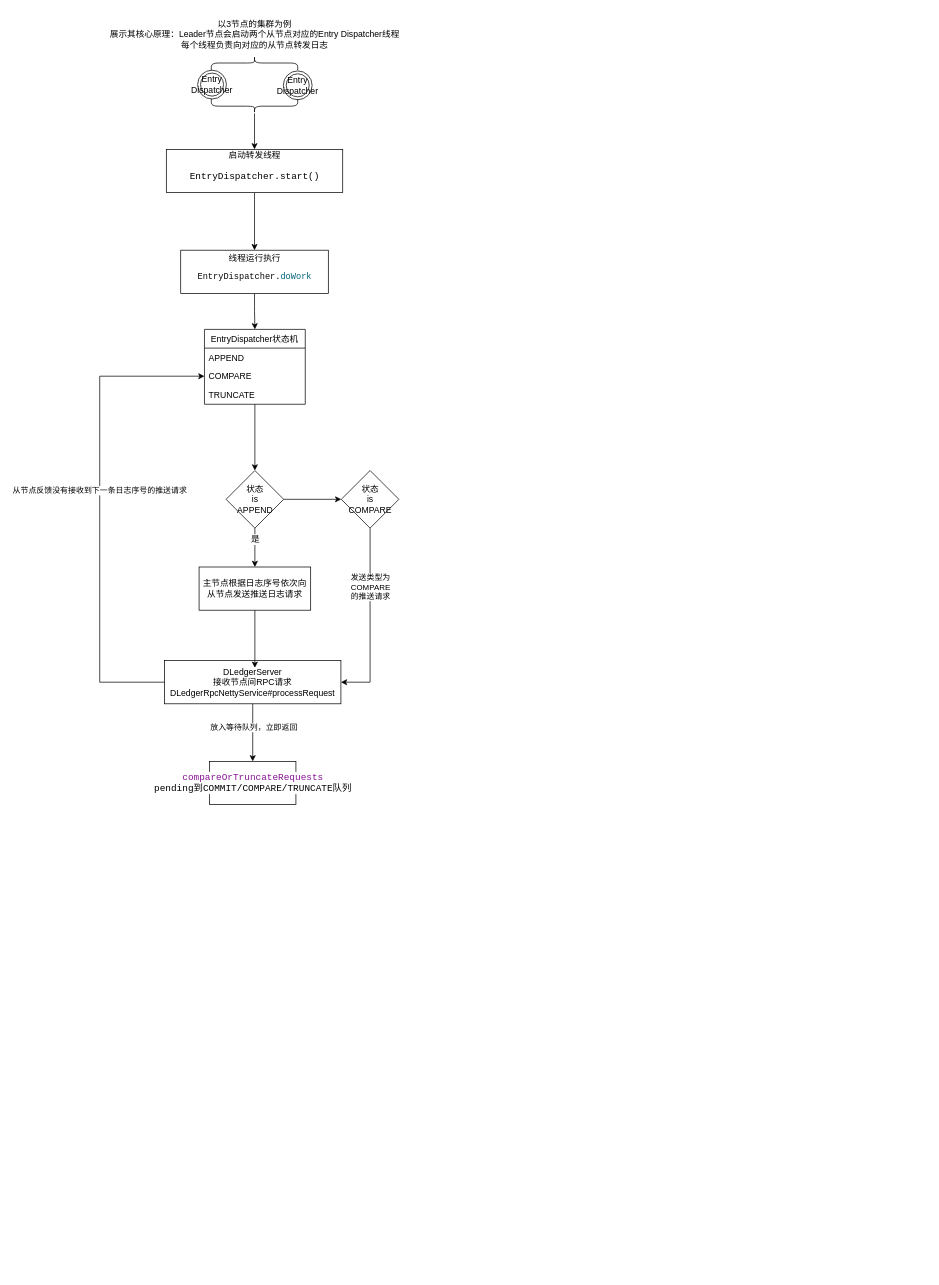
Earlier version of the draw.io diagram RocketMQ/DLedger Follower COPY Data Flow.drawio (JanWarlen/ChartsCenter). Source tidied: cells renumbered, new cells numbered last; positions are measured from the earlier drawing's top-left corner, leaving out a move shared by most shapes. Both pictures are drawn from the tidied source at 72%, with x=0, y=0 at pixel (99, 12).
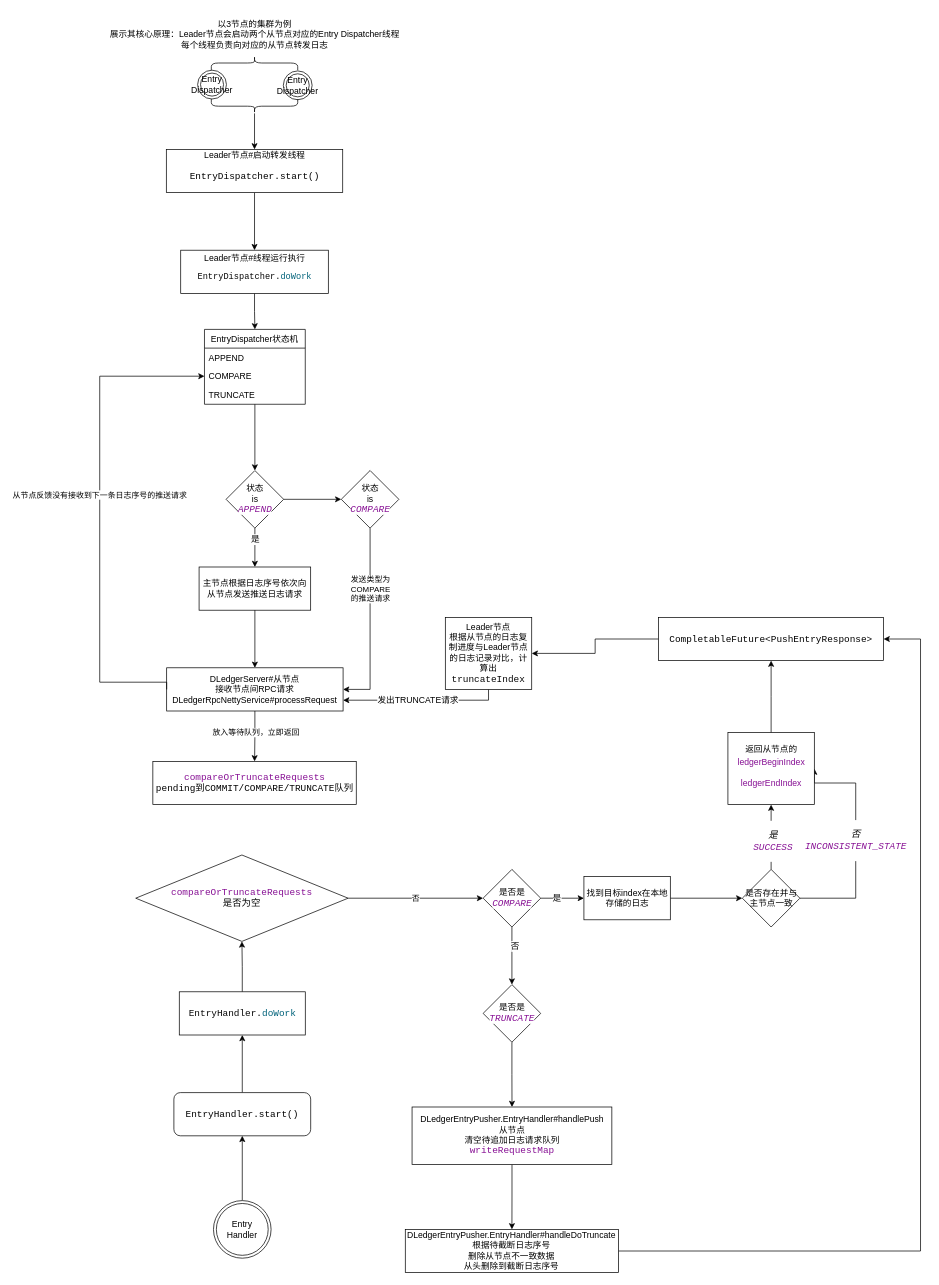
Above is the later version.

Change to the diagram source:
```diff
@@
-    <mxCell id="9" value="启动转发线程&lt;br&gt;&lt;pre style=&quot;background-color: rgb(255, 255, 255); color: rgb(8, 8, 8); font-family: &amp;quot;JetBrains Mono&amp;quot;, monospace; font-size: 9.8pt;&quot;&gt;&lt;span style=&quot;color: rgb(0, 0, 0);&quot;&gt;EntryDispatcher.start()&lt;/span&gt;&lt;/pre&gt;" style="rounded=0;whiteSpace=wrap;html=1;" parent="1" vertex="1">
+    <mxCell id="9" value="Leader节点#启动转发线程&lt;br&gt;&lt;pre style=&quot;background-color: rgb(255, 255, 255); color: rgb(8, 8, 8); font-family: &amp;quot;JetBrains Mono&amp;quot;, monospace; font-size: 9.8pt;&quot;&gt;&lt;span style=&quot;color: rgb(0, 0, 0);&quot;&gt;EntryDispatcher.start()&lt;/span&gt;&lt;/pre&gt;" style="rounded=0;whiteSpace=wrap;html=1;" parent="1" vertex="1">
       <mxGeometry x="92.5" y="190" width="245" height="60" as="geometry" />
     </mxCell>
@@
-    <mxCell id="11" value="线程运行执行&lt;br&gt;&lt;pre style=&quot;background-color: rgb(255, 255, 255); color: rgb(8, 8, 8); font-family: &amp;quot;JetBrains Mono&amp;quot;, monospace;&quot;&gt;EntryDispatcher.&lt;span style=&quot;color: rgb(0, 98, 122);&quot;&gt;doWork&lt;/span&gt;&lt;/pre&gt;" style="whiteSpace=wrap;html=1;rounded=0;" parent="1" vertex="1">
+    <mxCell id="11" value="Leader节点#线程运行执行&lt;br&gt;&lt;pre style=&quot;background-color: rgb(255, 255, 255); color: rgb(8, 8, 8); font-family: &amp;quot;JetBrains Mono&amp;quot;, monospace;&quot;&gt;EntryDispatcher.&lt;span style=&quot;color: rgb(0, 98, 122);&quot;&gt;doWork&lt;/span&gt;&lt;/pre&gt;" style="whiteSpace=wrap;html=1;rounded=0;" parent="1" vertex="1">
       <mxGeometry x="112.5" y="330" width="205" height="60" as="geometry" />
     </mxCell>
@@
-    <mxCell id="20" value="状态&lt;br&gt;is&lt;br&gt;APPEND" style="rhombus;whiteSpace=wrap;html=1;fillColor=none;fontStyle=0;startSize=26;" parent="1" vertex="1">
+    <mxCell id="20" value="状态&lt;br&gt;is&lt;br&gt;&lt;span style=&quot;color: rgb(135, 16, 148); font-style: italic; background-color: rgb(255, 255, 255); font-family: &amp;quot;JetBrains Mono&amp;quot;, monospace; font-size: 9.8pt;&quot;&gt;APPEND&lt;/span&gt;" style="rhombus;whiteSpace=wrap;html=1;fillColor=none;fontStyle=0;startSize=26;" parent="1" vertex="1">
       <mxGeometry x="175.5" y="636" width="80" height="80" as="geometry" />
     </mxCell>
@@
-    <mxCell id="27" value="DLedgerServer&lt;br&gt;接收节点间RPC请求&lt;br&gt;DLedgerRpcNettyService#processRequest" style="whiteSpace=wrap;html=1;fillColor=none;fontStyle=0;startSize=26;" parent="1" vertex="1">
-      <mxGeometry x="90" y="900" width="245" height="60" as="geometry" />
+    <mxCell id="27" value="DLedgerServer#从节点&lt;br&gt;接收节点间RPC请求&lt;br&gt;DLedgerRpcNettyService#processRequest" style="whiteSpace=wrap;html=1;fillColor=none;fontStyle=0;startSize=26;" parent="1" vertex="1">
+      <mxGeometry x="93" y="910" width="245" height="60" as="geometry" />
     </mxCell>
@@
-    <mxCell id="30" value="状态&lt;br&gt;is&lt;br&gt;COMPARE" style="rhombus;whiteSpace=wrap;html=1;fillColor=none;fontStyle=0;startSize=26;" parent="1" vertex="1">
+    <mxCell id="30" value="状态&lt;br&gt;is&lt;br&gt;&lt;span style=&quot;color: rgb(135, 16, 148); font-style: italic; background-color: rgb(255, 255, 255); font-family: &amp;quot;JetBrains Mono&amp;quot;, monospace; font-size: 9.8pt;&quot;&gt;COMPARE&lt;/span&gt;" style="rhombus;whiteSpace=wrap;html=1;fillColor=none;fontStyle=0;startSize=26;" parent="1" vertex="1">
       <mxGeometry x="335.5" y="636" width="80" height="80" as="geometry" />
     </mxCell>
     <mxCell id="31" value="&lt;pre style=&quot;background-color: rgb(255, 255, 255); font-family: &amp;quot;JetBrains Mono&amp;quot;, monospace; font-size: 9.8pt;&quot;&gt;&lt;font color=&quot;#871094&quot;&gt;compareOrTruncateRequests&lt;br&gt;&lt;/font&gt;pending到COMMIT/COMPARE/TRUNCATE队列&lt;/pre&gt;" style="whiteSpace=wrap;html=1;fillColor=none;fontStyle=0;startSize=26;" parent="1" vertex="1">
-      <mxGeometry x="152.5" y="1040" width="120" height="60" as="geometry" />
+      <mxGeometry x="73.8" y="1040" width="282.5" height="60" as="geometry" />
     </mxCell>
+    <mxCell id="32" style="edgeStyle=orthogonalEdgeStyle;rounded=0;jettySize=auto;html=1;fontSize=12;fontColor=#000000;" parent="1" edge="1" source="33" target="35">
+      <mxGeometry relative="1" as="geometry" />
+    </mxCell>
+    <mxCell id="33" value="Entry Handler" style="ellipse;shape=doubleEllipse;whiteSpace=wrap;html=1;fontSize=12;fontColor=#000000;" parent="1" vertex="1">
+      <mxGeometry x="158" y="1650" width="80" height="80" as="geometry" />
+    </mxCell>
+    <mxCell id="34" style="edgeStyle=orthogonalEdgeStyle;rounded=0;jettySize=auto;html=1;exitX=0.5;exitY=0;exitDx=0;exitDy=0;fontSize=12;fontColor=#000000;" parent="1" edge="1" source="35" target="37">
+      <mxGeometry relative="1" as="geometry" />
+    </mxCell>
+    <mxCell id="35" value="&lt;pre style=&quot;background-color:#ffffff;color:#080808;font-family:'JetBrains Mono',monospace;font-size:9.8pt;&quot;&gt;&lt;span style=&quot;color:#000000;&quot;&gt;EntryHandler.start()&lt;/span&gt;&lt;/pre&gt;" style="rounded=1;whiteSpace=wrap;html=1;fontColor=#000000;" parent="1" vertex="1">
+      <mxGeometry x="103" y="1500" width="190" height="60" as="geometry" />
+    </mxCell>
+    <mxCell id="36" style="edgeStyle=orthogonalEdgeStyle;rounded=0;jettySize=auto;html=1;fontSize=12;fontColor=#000000;" parent="1" edge="1" source="37" target="39">
+      <mxGeometry relative="1" as="geometry" />
+    </mxCell>
+    <mxCell id="37" value="&lt;pre style=&quot;background-color: rgb(255, 255, 255); color: rgb(8, 8, 8); font-family: &amp;quot;JetBrains Mono&amp;quot;, monospace; font-size: 9.8pt;&quot;&gt;EntryHandler.&lt;span style=&quot;color: rgb(0, 98, 122);&quot;&gt;doWork&lt;/span&gt;&lt;/pre&gt;" style="rounded=0;whiteSpace=wrap;html=1;fontSize=12;fontColor=#000000;" parent="1" vertex="1">
+      <mxGeometry x="110.5" y="1360" width="175" height="60" as="geometry" />
+    </mxCell>
+    <mxCell id="38" value="否" style="edgeStyle=orthogonalEdgeStyle;rounded=0;jettySize=auto;html=1;fontColor=#000000;" parent="1" edge="1" source="39" target="44">
+      <mxGeometry relative="1" as="geometry" />
+    </mxCell>
+    <mxCell id="39" value="&lt;pre style=&quot;background-color: rgb(255, 255, 255); font-family: &amp;quot;JetBrains Mono&amp;quot;, monospace; font-size: 9.8pt;&quot;&gt;&lt;font color=&quot;#871094&quot;&gt;compareOrTruncateRequests&lt;br/&gt;&lt;/font&gt;是否为空&lt;/pre&gt;" style="rhombus;whiteSpace=wrap;html=1;fontColor=#000000;rounded=0;" parent="1" vertex="1">
+      <mxGeometry x="50" y="1170" width="295" height="120" as="geometry" />
+    </mxCell>
+    <mxCell id="40" style="edgeStyle=orthogonalEdgeStyle;rounded=0;jettySize=auto;html=1;fontColor=#000000;" parent="1" edge="1" source="44" target="46">
+      <mxGeometry relative="1" as="geometry" />
+    </mxCell>
+    <mxCell id="41" value="是" style="edgeLabel;html=1;align=center;verticalAlign=middle;fontSize=12;fontFamily=Helvetica;fontColor=#000000;" parent="40" vertex="1">
+      <mxGeometry x="-0.28" y="1" relative="1" as="geometry" />
+    </mxCell>
+    <mxCell id="42" style="edgeStyle=orthogonalEdgeStyle;rounded=0;jettySize=auto;html=1;fontFamily=Helvetica;fontSize=12;fontColor=#000000;" parent="1" edge="1" source="44" target="59">
+      <mxGeometry relative="1" as="geometry" />
+    </mxCell>
+    <mxCell id="43" value="否" style="edgeLabel;html=1;align=center;verticalAlign=middle;fontSize=12;fontFamily=Helvetica;fontColor=#000000;" parent="42" vertex="1">
+      <mxGeometry x="-0.34" y="4" relative="1" as="geometry" />
+    </mxCell>
+    <mxCell id="44" value="是否是&lt;span style=&quot;color: rgb(135, 16, 148); font-style: italic; background-color: rgb(255, 255, 255); font-family: &amp;quot;JetBrains Mono&amp;quot;, monospace; font-size: 9.8pt;&quot;&gt;COMPARE&lt;/span&gt;" style="rhombus;whiteSpace=wrap;html=1;fontColor=#000000;rounded=0;" parent="1" vertex="1">
+      <mxGeometry x="532.5" y="1190" width="80" height="80" as="geometry" />
+    </mxCell>
+    <mxCell id="45" style="edgeStyle=orthogonalEdgeStyle;rounded=0;jettySize=auto;html=1;fontColor=#000000;" parent="1" edge="1" source="46" target="50">
+      <mxGeometry relative="1" as="geometry" />
+    </mxCell>
+    <mxCell id="46" value="找到目标index在本地存储的日志" style="whiteSpace=wrap;html=1;fontColor=#000000;rounded=0;" parent="1" vertex="1">
+      <mxGeometry x="672.5" y="1200" width="120" height="60" as="geometry" />
+    </mxCell>
+    <mxCell id="47" style="edgeStyle=orthogonalEdgeStyle;rounded=0;jettySize=auto;html=1;fontColor=#000000;" parent="1" edge="1" source="50" target="52">
+      <mxGeometry relative="1" as="geometry" />
+    </mxCell>
+    <mxCell id="48" value="&lt;pre style=&quot;font-family: &amp;quot;JetBrains Mono&amp;quot;, monospace; font-size: 9.8pt;&quot;&gt;&lt;span style=&quot;font-style: italic;&quot;&gt;是&lt;font color=&quot;#871094&quot;&gt;&lt;br/&gt;SUCCESS&lt;/font&gt;&lt;/span&gt;&lt;/pre&gt;" style="edgeLabel;html=1;align=center;verticalAlign=middle;fontColor=#000000;" parent="47" vertex="1">
+      <mxGeometry x="-0.1" y="-1" relative="1" as="geometry">
+        <mxPoint x="1" y="1" as="offset" />
+      </mxGeometry>
+    </mxCell>
+    <mxCell id="49" value="&lt;pre style=&quot;font-family: &amp;quot;JetBrains Mono&amp;quot;, monospace; font-size: 9.8pt;&quot;&gt;&lt;span style=&quot;font-style: italic;&quot;&gt;否&lt;/span&gt;&lt;span style=&quot;color: rgb(135, 16, 148); font-style: italic;&quot;&gt;&lt;br/&gt;INCONSISTENT_STATE&lt;/span&gt;&lt;/pre&gt;" style="edgeStyle=orthogonalEdgeStyle;rounded=0;jettySize=auto;html=1;exitX=1;exitY=0.5;exitDx=0;exitDy=0;entryX=1;entryY=0.5;entryDx=0;entryDy=0;fontColor=#000000;" parent="1" edge="1" source="50" target="52">
+      <mxGeometry relative="1" as="geometry">
+        <Array as="points">
+          <mxPoint x="1050" y="1230" />
+          <mxPoint x="1050" y="1070" />
+        </Array>
+      </mxGeometry>
+    </mxCell>
+    <mxCell id="50" value="是否存在并与主节点一致" style="rhombus;whiteSpace=wrap;html=1;fontColor=#000000;rounded=0;" parent="1" vertex="1">
+      <mxGeometry x="892.5" y="1190" width="80" height="80" as="geometry" />
+    </mxCell>
+    <mxCell id="51" style="edgeStyle=orthogonalEdgeStyle;rounded=0;jettySize=auto;html=1;fontFamily=Helvetica;fontSize=12;fontColor=#000000;" parent="1" edge="1" source="52" target="54">
+      <mxGeometry relative="1" as="geometry" />
+    </mxCell>
+    <mxCell id="52" value="&lt;p style=&quot;line-height: 0;&quot;&gt;&lt;font style=&quot;font-size: 12px;&quot;&gt;返回从节点的&lt;br&gt;&lt;/font&gt;&lt;/p&gt;&lt;pre style=&quot;background-color: rgb(255, 255, 255); color: rgb(8, 8, 8);&quot;&gt;&lt;span style=&quot;color: rgb(135, 16, 148);&quot;&gt;&lt;font face=&quot;Helvetica&quot; style=&quot;font-size: 12px;&quot;&gt;ledgerBeginIndex&lt;br&gt;&lt;/font&gt;&lt;/span&gt;&lt;pre style=&quot;&quot;&gt;&lt;span style=&quot;color:#871094;&quot;&gt;&lt;font face=&quot;Helvetica&quot; style=&quot;font-size: 12px;&quot;&gt;ledgerEndIndex&lt;/font&gt;&lt;/span&gt;&lt;/pre&gt;&lt;/pre&gt;&lt;p&gt;&lt;/p&gt;" style="whiteSpace=wrap;html=1;fontColor=#000000;rounded=0;" parent="1" vertex="1">
+      <mxGeometry x="872.5" y="1000" width="120" height="100" as="geometry" />
+    </mxCell>
+    <mxCell id="53" style="edgeStyle=orthogonalEdgeStyle;rounded=0;jettySize=auto;html=1;fontFamily=Helvetica;fontSize=12;fontColor=#000000;" parent="1" edge="1" source="54" target="57">
+      <mxGeometry relative="1" as="geometry" />
+    </mxCell>
+    <mxCell id="54" value="&lt;pre style=&quot;background-color:#ffffff;color:#080808;font-family:'JetBrains Mono',monospace;font-size:9.8pt;&quot;&gt;&lt;span style=&quot;color:#000000;&quot;&gt;CompletableFuture&lt;/span&gt;&amp;lt;&lt;span style=&quot;color:#000000;&quot;&gt;PushEntryResponse&lt;/span&gt;&amp;gt;&lt;/pre&gt;" style="whiteSpace=wrap;html=1;fontColor=#000000;rounded=0;" parent="1" vertex="1">
+      <mxGeometry x="776.2" y="840" width="312.5" height="60" as="geometry" />
+    </mxCell>
+    <mxCell id="55" style="edgeStyle=orthogonalEdgeStyle;rounded=0;jettySize=auto;html=1;exitX=0.5;exitY=1;exitDx=0;exitDy=0;entryX=1;entryY=0.75;entryDx=0;entryDy=0;fontFamily=Helvetica;fontSize=12;fontColor=#000000;" parent="1" edge="1" source="57" target="27">
+      <mxGeometry relative="1" as="geometry">
+        <Array as="points">
+          <mxPoint x="540" y="955" />
+        </Array>
+      </mxGeometry>
+    </mxCell>
+    <mxCell id="56" value="发出TRUNCATE请求" style="edgeLabel;html=1;align=center;verticalAlign=middle;fontSize=12;fontFamily=Helvetica;fontColor=#000000;" parent="55" vertex="1">
+      <mxGeometry x="0.23" relative="1" as="geometry">
+        <mxPoint x="19" as="offset" />
+      </mxGeometry>
+    </mxCell>
+    <mxCell id="57" value="Leader节点&lt;br&gt;根据从节点的日志复制进度与Leader节点的日志记录对比，计算出&lt;span style=&quot;background-color: rgb(255, 255, 255); color: rgb(8, 8, 8); font-family: &amp;quot;JetBrains Mono&amp;quot;, monospace; font-size: 9.8pt;&quot;&gt;truncateIndex&lt;/span&gt;" style="whiteSpace=wrap;html=1;fontColor=#000000;rounded=0;" parent="1" vertex="1">
+      <mxGeometry x="480" y="840" width="120" height="100" as="geometry" />
+    </mxCell>
+    <mxCell id="58" style="edgeStyle=orthogonalEdgeStyle;rounded=0;jettySize=auto;html=1;fontFamily=Helvetica;fontSize=12;fontColor=#000000;" parent="1" edge="1" source="59" target="61">
+      <mxGeometry relative="1" as="geometry" />
+    </mxCell>
+    <mxCell id="59" value="是否是&lt;span style=&quot;color: rgb(135, 16, 148); font-style: italic; background-color: rgb(255, 255, 255); font-family: &amp;quot;JetBrains Mono&amp;quot;, monospace; font-size: 9.8pt;&quot;&gt;TRUNCATE&lt;/span&gt;" style="rhombus;whiteSpace=wrap;html=1;fontColor=#000000;rounded=0;" parent="1" vertex="1">
+      <mxGeometry x="532.5" y="1350" width="80" height="80" as="geometry" />
+    </mxCell>
+    <mxCell id="60" style="edgeStyle=orthogonalEdgeStyle;rounded=0;jettySize=auto;html=1;fontFamily=Helvetica;fontSize=12;fontColor=#000000;" parent="1" edge="1" source="61" target="63">
+      <mxGeometry relative="1" as="geometry" />
+    </mxCell>
+    <mxCell id="61" value="DLedgerEntryPusher.EntryHandler#handlePush&lt;br&gt;从节点&lt;br&gt;清空待追加日志请求队列&lt;br&gt;&lt;span style=&quot;color: rgb(135, 16, 148); background-color: rgb(255, 255, 255); font-family: &amp;quot;JetBrains Mono&amp;quot;, monospace; font-size: 9.8pt;&quot;&gt;writeRequestMap&lt;/span&gt;" style="whiteSpace=wrap;html=1;fontColor=#000000;rounded=0;" parent="1" vertex="1">
+      <mxGeometry x="433.8" y="1520" width="277.5" height="80" as="geometry" />
+    </mxCell>
+    <mxCell id="62" style="edgeStyle=orthogonalEdgeStyle;rounded=0;jettySize=auto;html=1;exitX=1;exitY=0.5;exitDx=0;exitDy=0;fontFamily=Helvetica;fontSize=12;fontColor=#000000;entryX=1;entryY=0.5;entryDx=0;entryDy=0;" parent="1" edge="1" source="63" target="54">
+      <mxGeometry relative="1" as="geometry">
+        <Array as="points">
+          <mxPoint x="1140" y="1720" />
+          <mxPoint x="1140" y="870" />
+        </Array>
+      </mxGeometry>
+    </mxCell>
+    <mxCell id="63" value="DLedgerEntryPusher.EntryHandler#handleDoTruncate&lt;br&gt;根据待截断日志序号&lt;br&gt;删除从节点不一致数据&lt;br&gt;从头删除到截断日志序号" style="whiteSpace=wrap;html=1;fontColor=#000000;rounded=0;" parent="1" vertex="1">
+      <mxGeometry x="424.4" y="1690" width="296.2" height="60" as="geometry" />
+    </mxCell>
```
